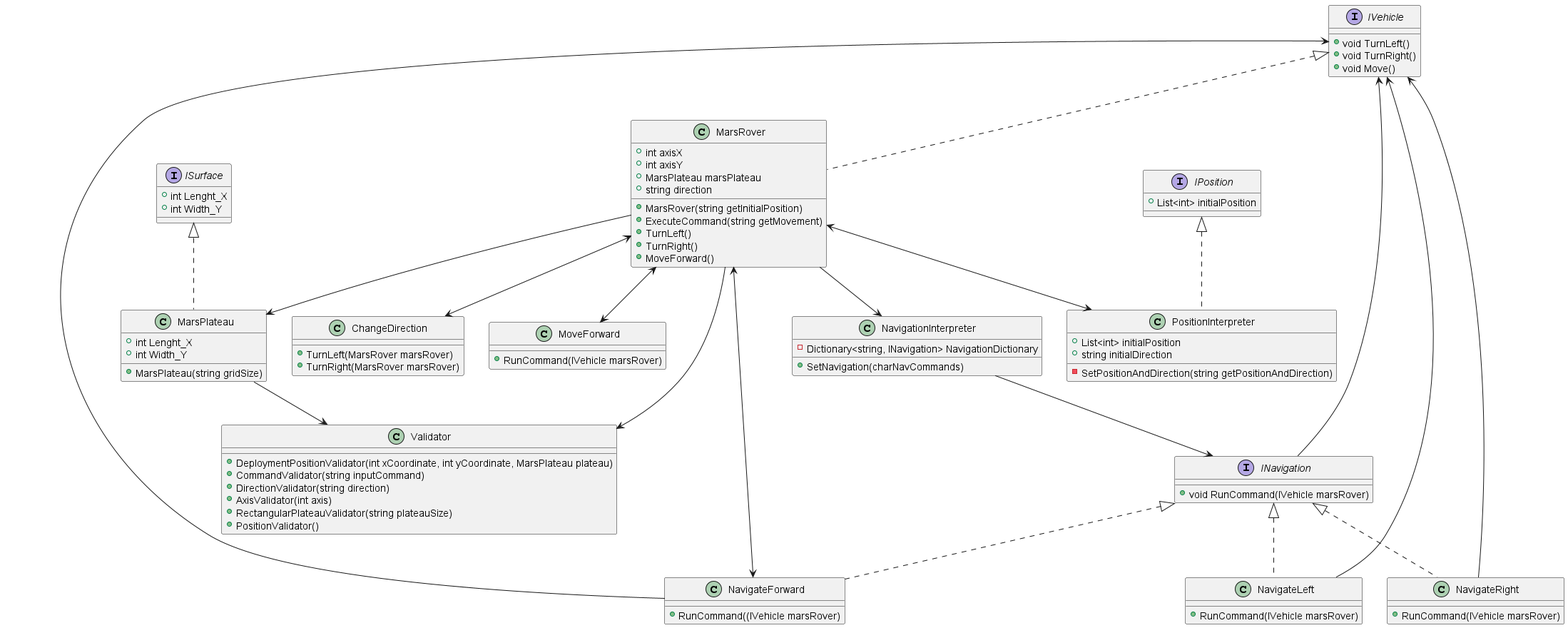
vahidkianfar/Mars-Rover-Project keeps this PlantUML diagram as Mars-Rover-Project/UML-Diagram/MarsRover_Kata_UML.png. Above is the earlier version.
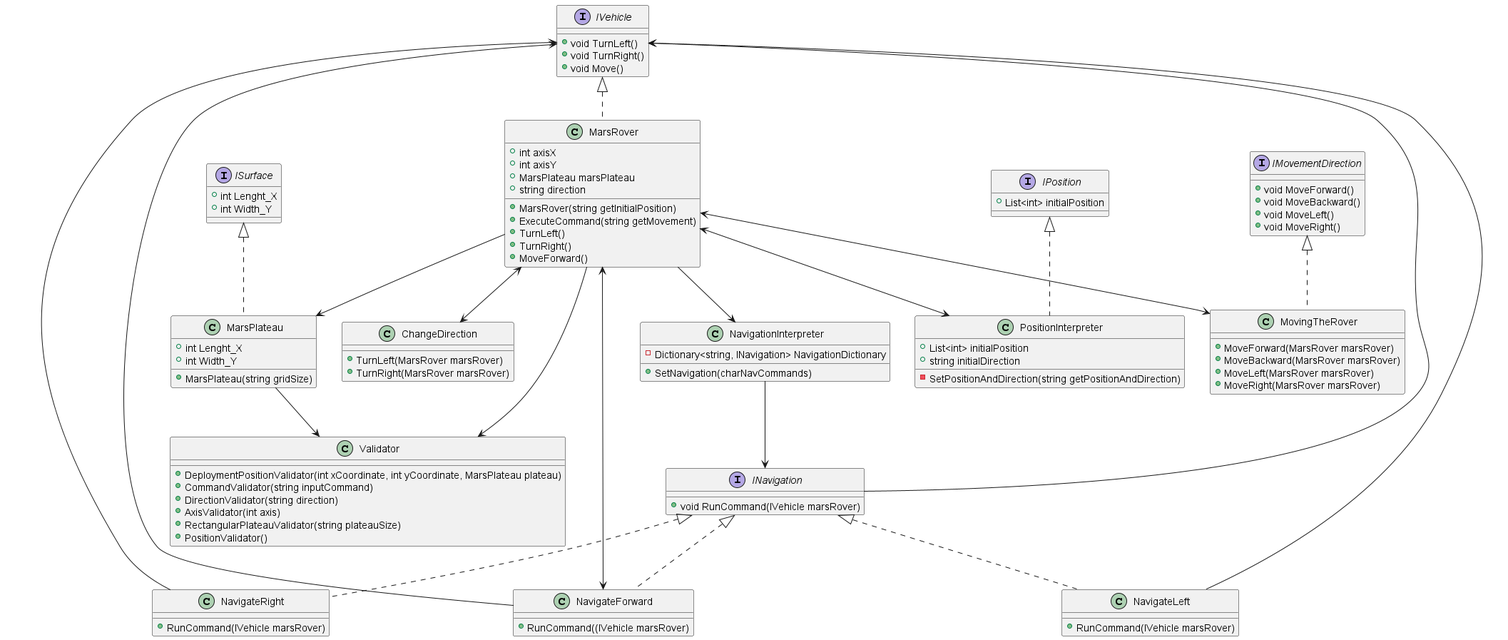
Later version of the same file.

Commit message:
Added "IMovementDirection" Interface, Updated UML-Diagram.

The edit, as a diff of the source:
```diff
@@ -21,6 +21,14 @@
 interface INavigation
 {
 + void RunCommand(IVehicle marsRover)
+}
+
+interface IMovementDirection
+{
++ void MoveForward()
++ void MoveBackward()
++ void MoveLeft()
++ void MoveRight()
 }
 
 class MarsRover implements IVehicle
@@ -71,9 +79,12 @@
 + TurnRight(MarsRover marsRover)
 }
 
-class MoveForward
+class MovingTheRover implements IMovementDirection
 {
-+ RunCommand(IVehicle marsRover)
++ MoveForward(MarsRover marsRover)
++ MoveBackward(MarsRover marsRover)
++ MoveLeft(MarsRover marsRover)
++ MoveRight(MarsRover marsRover)
 }
 class Validator
 {
@@ -86,7 +97,7 @@
 }
 INavigation --> IVehicle
 MarsRover <--> ChangeDirection
-MarsRover <--> MoveForward
+MarsRover <--> MovingTheRover
 MarsRover <--> NavigateForward
 MarsRover <--> PositionInterpreter
 MarsRover --> MarsPlateau
```
